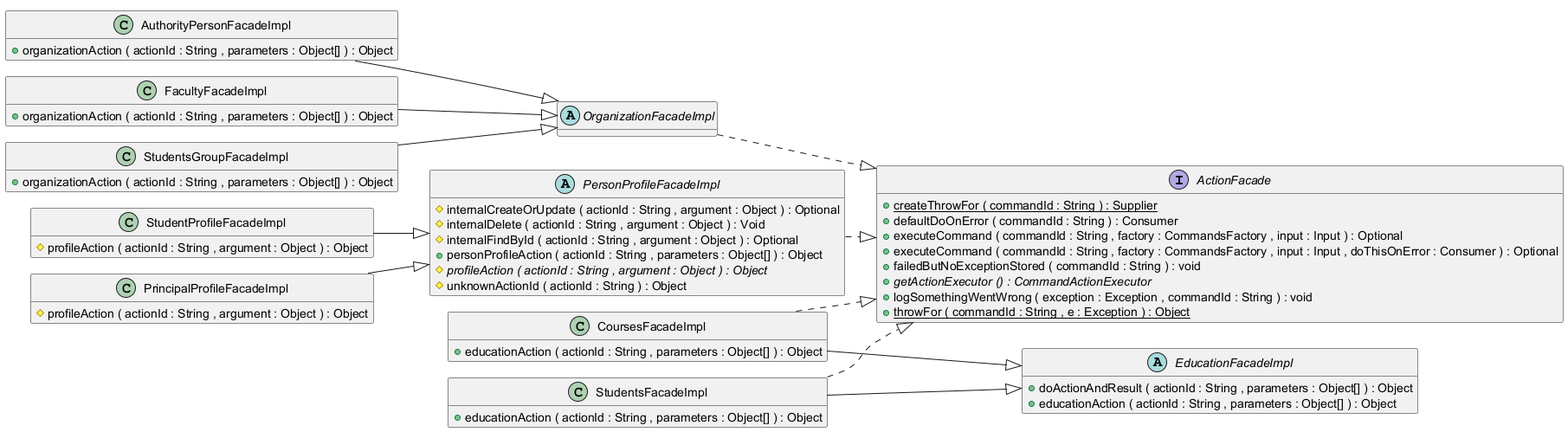
OlegSopilnyak/school-demo keeps this PlantUML diagram as business-logic/documentation/html/images/BusinessFacadesModel.puml.png.png. Above is the earlier version.
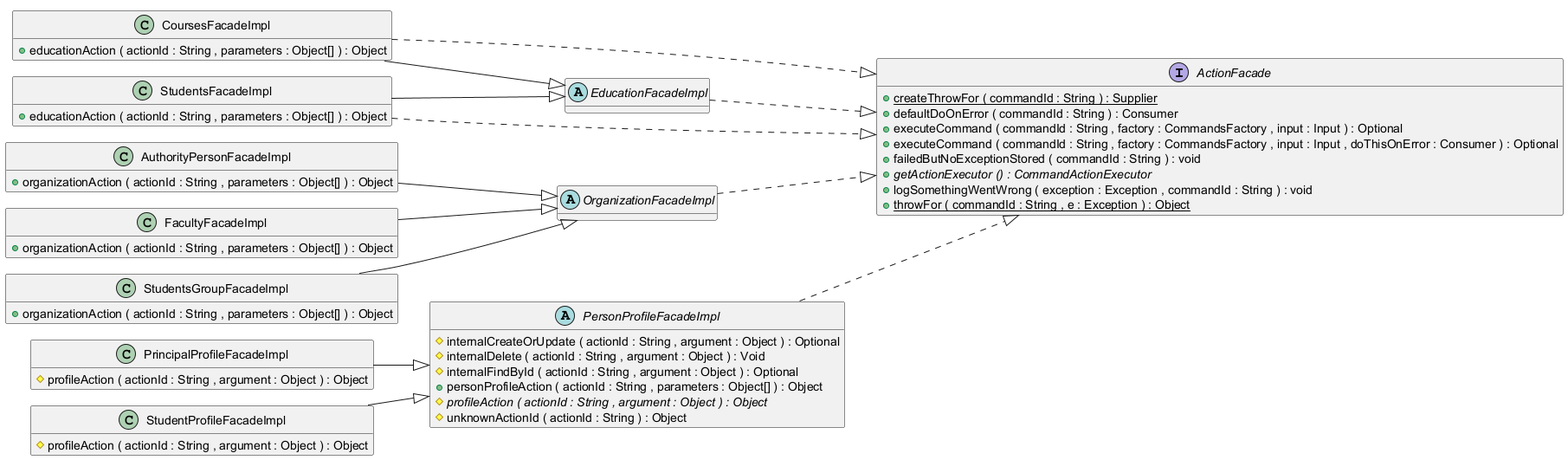
Above is the later version.

What changed in the source:
```diff
@@ -28,8 +28,6 @@
 class CoursesFacadeImpl {
 	{field} {static} +COURSE_ID_KEY : String
 	{field} {static} +STUDENT_ID_KEY : String
-	{field} -actionExecutor : CommandActionExecutor
-	{field} -factory : CommandsFactory
 	{field} {static} -log : Logger
 	{field} -toPayload : UnaryOperator
 	{method} +educationAction ( actionId : String , parameters : Object[] ) : Object
@@ -37,8 +35,8 @@
 
 
 abstract class EducationFacadeImpl {
-	{method} +doActionAndResult ( actionId : String , parameters : Object[] ) : Object
-	{method} +educationAction ( actionId : String , parameters : Object[] ) : Object
+	{field} -actionExecutor : CommandActionExecutor
+	{field} #factory : CommandsFactory
 }
 
 
@@ -82,8 +80,6 @@
 
 
 class StudentsFacadeImpl {
-	{field} -actionExecutor : CommandActionExecutor
-	{field} -factory : CommandsFactory
 	{field} {static} -log : Logger
 	{field} -toPayload : UnaryOperator
 	{method} +educationAction ( actionId : String , parameters : Object[] ) : Object
@@ -102,6 +98,7 @@
 AuthorityPersonFacadeImpl --|>  OrganizationFacadeImpl
 CoursesFacadeImpl --|>  EducationFacadeImpl
 CoursesFacadeImpl ..|>  ActionFacade
+EducationFacadeImpl ..|>  ActionFacade
 FacultyFacadeImpl --|>  OrganizationFacadeImpl
 OrganizationFacadeImpl ..|>  ActionFacade
 PersonProfileFacadeImpl ..|>  ActionFacade
```
